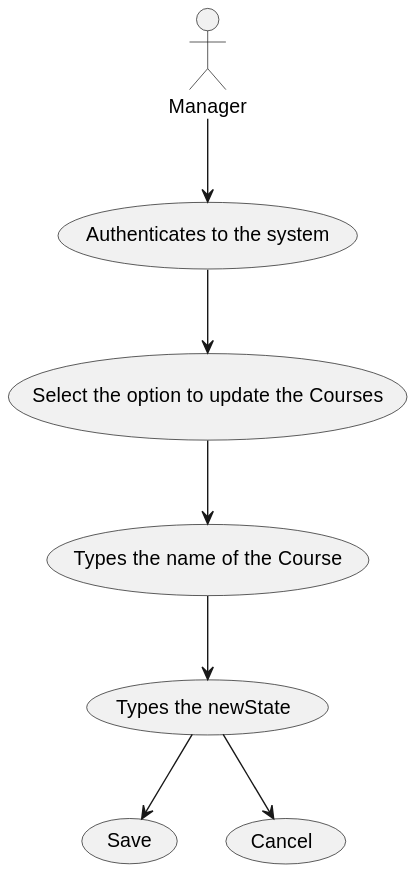
This is docs/SPRINT B/US1004/Use_Case_Diagram.svg from mascenso/isep-sem4-lapr4, a PlantUML export, as it was before one commit.
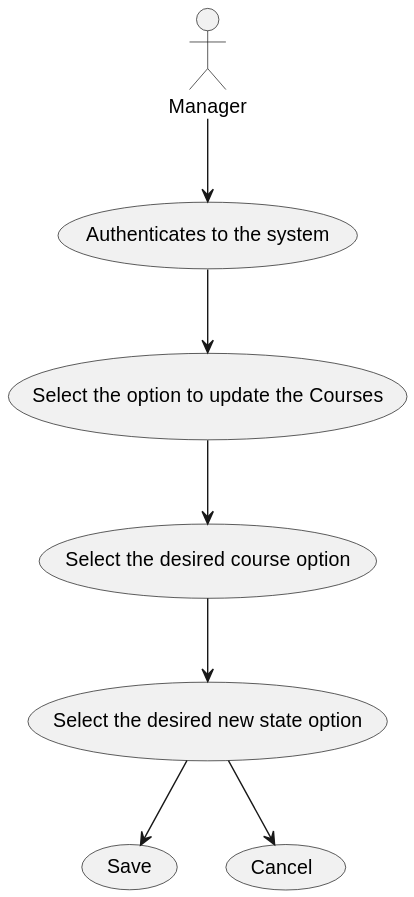
Above is the later version.

Diff of the diagram source:
```diff
@@ -6,9 +6,9 @@
 actor Manager
     Manager -down-> (Authenticates to the system)
     (Authenticates to the system) --> (Select the option to update the Courses)
-    (Select the option to update the Courses) --> (Types the name of the Course)
-    (Types the name of the Course) --> (Types the newState)
+    (Select the option to update the Courses) --> (Select the desired course option)
+    (Select the desired course option) --> (Select the desired new state option)
 
-  (Types the newState) --> (Save)
-  (Types the newState) --> (Cancel)
+  (Select the desired new state option) --> (Save)
+  (Select the desired new state option) --> (Cancel)
 @enduml
```
